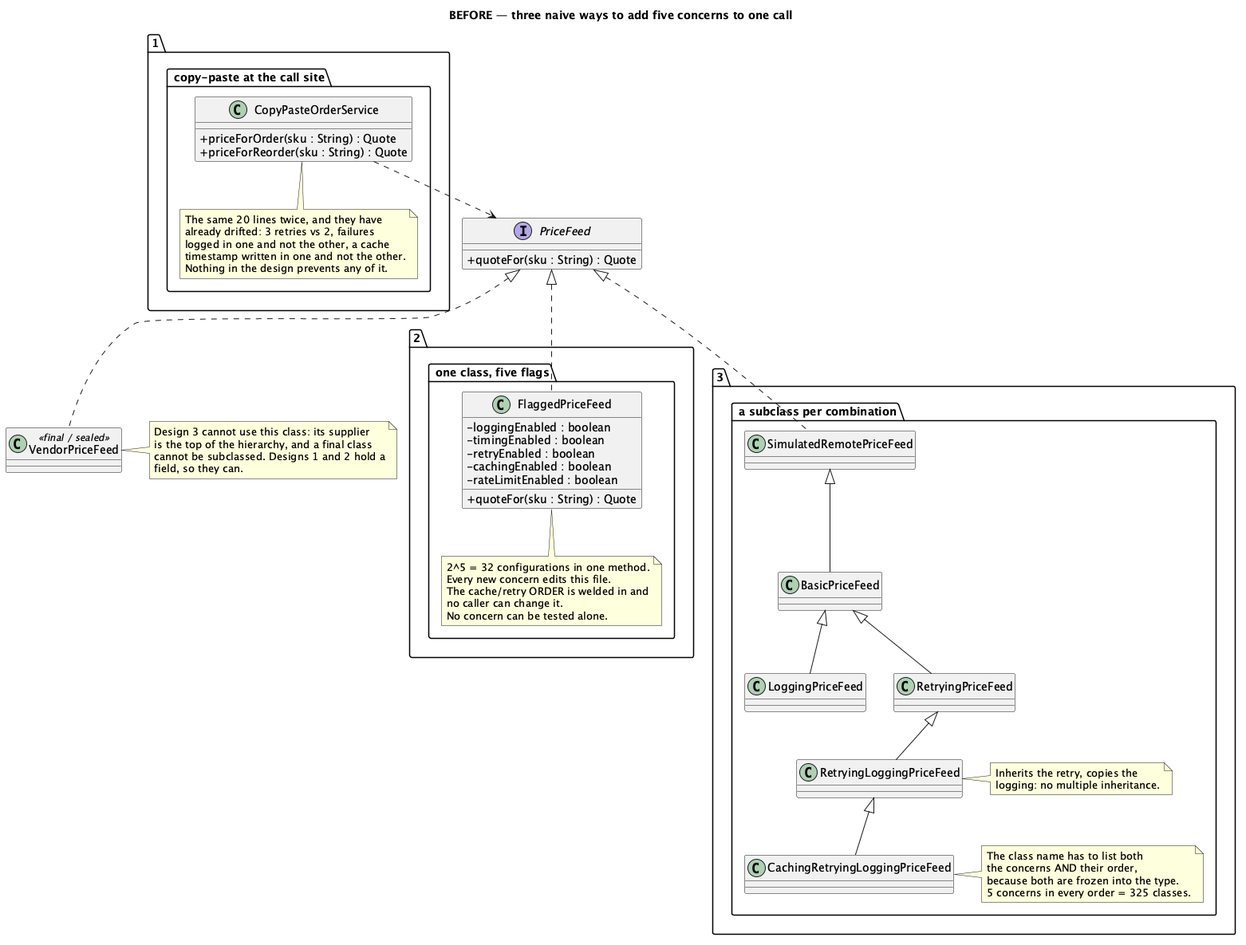
Earlier version of the PlantUML export src/main/java/dev/kaldiroglu/dp/structural/decorator/middleware/problem/uml/Decorator-Middleware-Problem.png (kaldiroglu/DesignPatternsWithJava). Its source is kept beside it as src/main/java/dev/kaldiroglu/dp/structural/decorator/middleware/problem/uml/decorator-middleware-problem.puml.
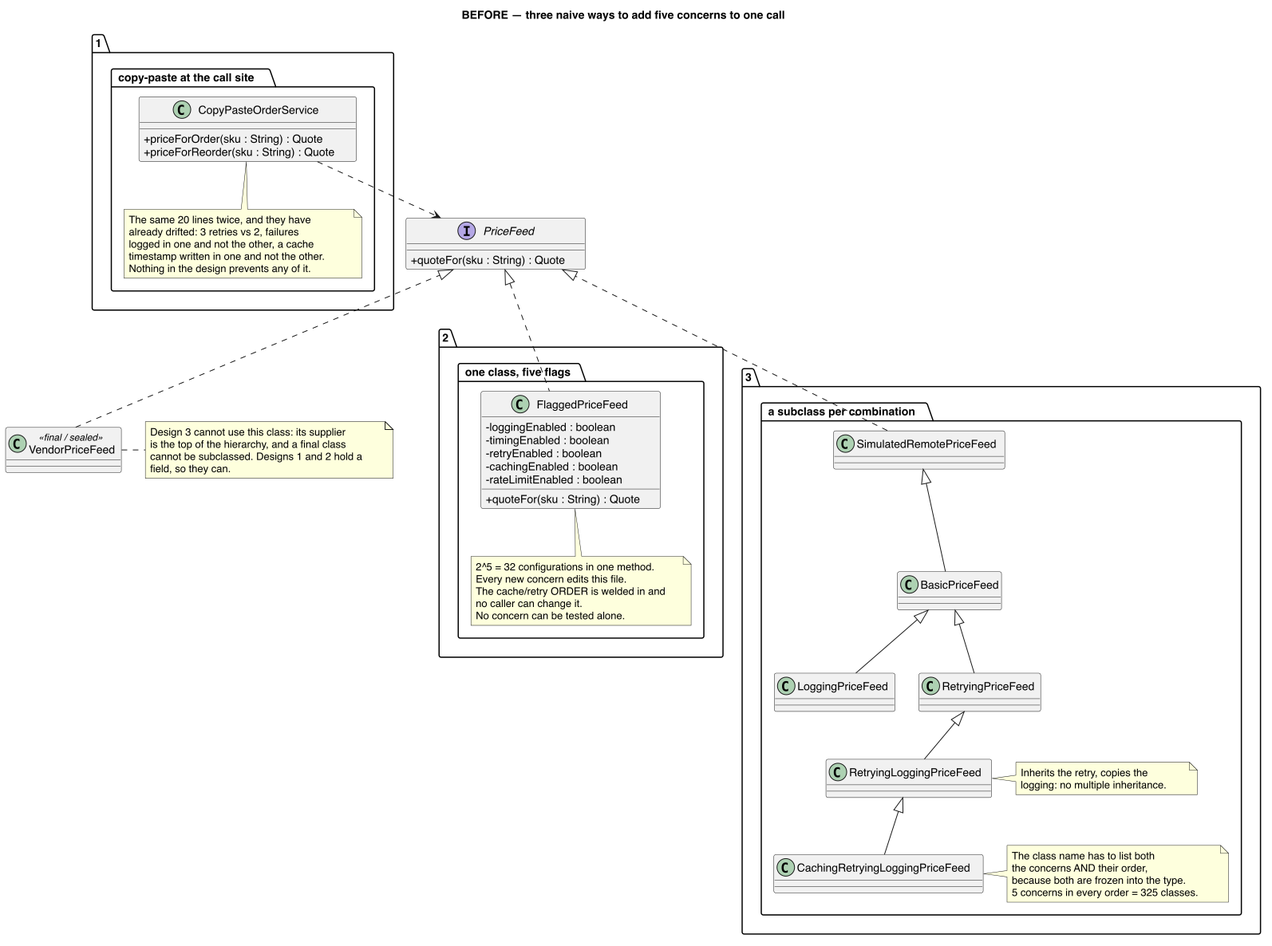
After the change.

Change to the diagram source:
```diff
@@ -1,4 +1,13 @@
 @startuml Decorator-Middleware-Problem
+skinparam linetype polyline
+skinparam nodesep 30
+skinparam class {
+  BackgroundColor<<spacer>> transparent
+  BorderColor<<spacer>> transparent
+  FontColor<<spacer>> transparent
+}
+hide <<spacer>> stereotype
+hide <<spacer>> circle
 skinparam classAttributeIconSize 0
 title BEFORE — three naive ways to add five concerns to one call
 
@@ -48,6 +57,8 @@
 
   SimulatedRemotePriceFeed <|-- BasicPriceFeed
   BasicPriceFeed <|-- LoggingPriceFeed
+class " " as Spacer1 <<spacer>>
+BasicPriceFeed -[hidden]- Spacer1
   BasicPriceFeed <|-- RetryingPriceFeed
   RetryingPriceFeed <|-- RetryingLoggingPriceFeed
   RetryingLoggingPriceFeed <|-- CachingRetryingLoggingPriceFeed
@@ -66,7 +77,8 @@
 
 PriceFeed <|.. FlaggedPriceFeed
 PriceFeed <|.. SimulatedRemotePriceFeed
-CopyPasteOrderService ..> PriceFeed
+class " " as Spacer2 <<spacer>>
+PriceFeed -[hidden]- Spacer2
 
 class VendorPriceFeed <<final / sealed>>
 PriceFeed <|.. VendorPriceFeed
@@ -77,4 +89,5 @@
   field, so they can.
 end note
 
+CopyPasteOrderService ..> PriceFeed
 @enduml
```
